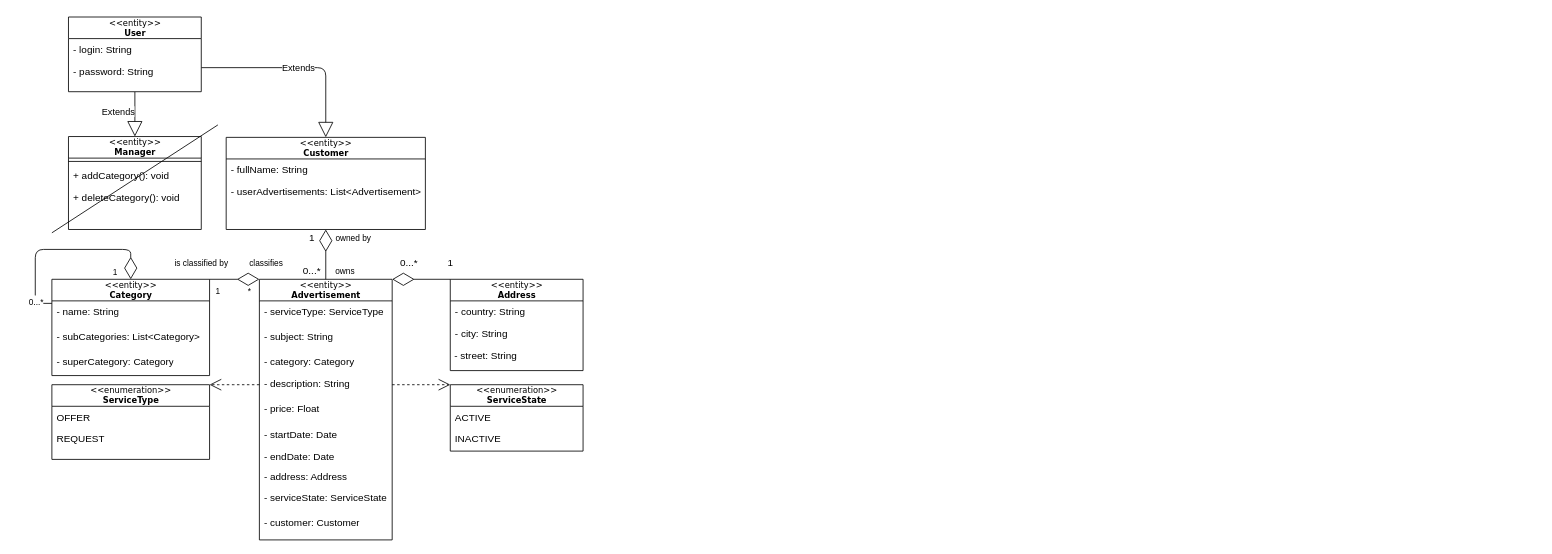
Above: page "UML" (1 of 4) of HelppyDiagrams.drawio in StanislavRa/group_A_Helppy (draw.io), before the change. Source tidied: cells renumbered, new cells numbered last; positions are measured from the earlier drawing's top-left corner, leaving out a move shared by most shapes. Both pictures are drawn from the tidied source at 83%, with x=0, y=0 at pixel (35, 17).
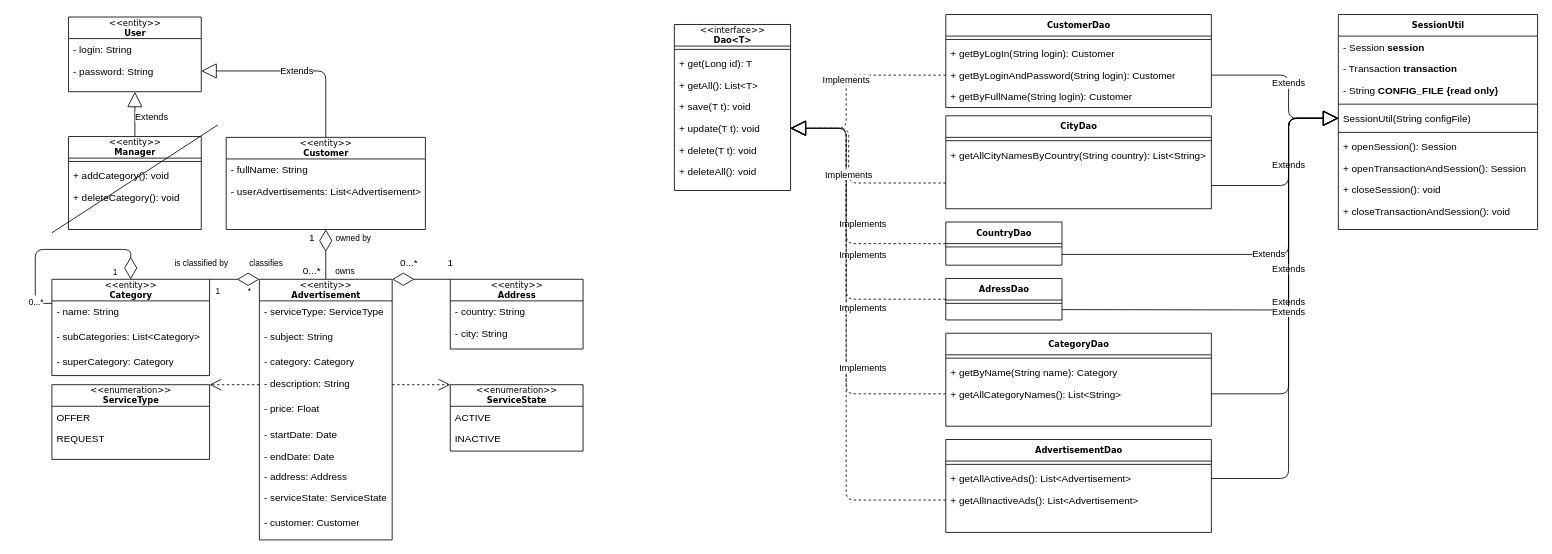
Above is the later version.

The change refers to these unchanged cells:
```xml
<mxCell id="38" value="&amp;lt;&amp;lt;entity&amp;gt;&amp;gt;&lt;br&gt;&lt;b&gt;Customer&lt;/b&gt;" style="swimlane;html=1;fontStyle=0;horizontal=1;startSize=26;fillColor=none;swimlaneFillColor=#ffffff;rounded=0;shadow=0;comic=0;labelBackgroundColor=none;strokeWidth=1;fontFamily=Verdana;fontSize=10;align=center;" parent="1" vertex="1">
  <mxGeometry x="230" y="145" width="240" height="111" as="geometry" />
</mxCell>
<mxCell id="42" value="&amp;lt;&amp;lt;entity&amp;gt;&amp;gt;&lt;br&gt;&lt;b&gt;Manager&lt;/b&gt;" style="swimlane;html=1;fontStyle=0;horizontal=1;startSize=26;fillColor=none;swimlaneFillColor=#ffffff;rounded=0;shadow=0;comic=0;labelBackgroundColor=none;strokeWidth=1;fontFamily=Verdana;fontSize=10;align=center;" parent="1" vertex="1">
  <mxGeometry x="40" y="144" width="160" height="112" as="geometry" />
</mxCell>
<mxCell id="55" value="&amp;lt;&amp;lt;entity&amp;gt;&amp;gt;&lt;b&gt;&lt;br&gt;User&lt;/b&gt;" style="swimlane;html=1;fontStyle=0;horizontal=1;startSize=26;fillColor=none;swimlaneFillColor=#ffffff;rounded=0;shadow=0;comic=0;labelBackgroundColor=none;strokeWidth=1;fontFamily=Verdana;fontSize=10;align=center;" parent="1" vertex="1">
  <mxGeometry x="40" width="160" height="90" as="geometry" />
</mxCell>
<mxCell id="57" value="- password: String" style="text;html=1;strokeColor=none;fillColor=none;align=left;verticalAlign=top;spacingLeft=4;spacingRight=4;whiteSpace=wrap;overflow=hidden;points=[[0,0.5],[1,0.5]];portConstraint=eastwest;" parent="55" vertex="1">
  <mxGeometry y="52" width="160" height="26" as="geometry" />
</mxCell>
```

Change to the diagram source:
```diff
@@
     <mxCell id="17" value="&amp;lt;&amp;lt;entity&amp;gt;&amp;gt;&lt;br&gt;&lt;b&gt;Address&lt;/b&gt;" style="swimlane;html=1;fontStyle=0;horizontal=1;startSize=26;fillColor=none;swimlaneFillColor=#ffffff;rounded=0;shadow=0;comic=0;labelBackgroundColor=none;strokeWidth=1;fontFamily=Verdana;fontSize=10;align=center;" parent="1" vertex="1">
-      <mxGeometry x="500" y="316" width="160" height="110" as="geometry" />
+      <mxGeometry x="500" y="316" width="160" height="84" as="geometry" />
     </mxCell>
@@
-    <mxCell id="20" value="&amp;nbsp;- street: String" style="text;html=1;" parent="17" vertex="1">
-      <mxGeometry y="78" width="160" height="30" as="geometry" />
-    </mxCell>
@@
-    <mxCell id="41" value="Extends" style="endArrow=block;endSize=16;endFill=0;html=1;entryX=0.5;entryY=0;entryDx=0;entryDy=0;" parent="38" edge="1" target="38">
-      <mxGeometry relative="1" as="geometry">
-        <mxPoint x="-30" y="-84" as="sourcePoint" />
-        <Array as="points">
-          <mxPoint x="120" y="-84" />
-        </Array>
-      </mxGeometry>
-    </mxCell>
@@
-    <mxCell id="47" value="Extends" style="endArrow=block;endSize=16;endFill=0;html=1;exitX=0.5;exitY=1;exitDx=0;exitDy=0;entryX=0.5;entryY=0;entryDx=0;entryDy=0;" parent="1" edge="1" source="55" target="42">
-      <mxGeometry x="-0.12" y="-20" relative="1" as="geometry" />
+    <mxCell id="47" value="Extends" style="endArrow=block;endSize=16;endFill=0;html=1;exitX=0.5;exitY=0;exitDx=0;exitDy=0;" parent="1" edge="1" source="42">
+      <mxGeometry x="-0.12" y="-20" relative="1" as="geometry">
+        <mxPoint x="120" y="90" as="targetPoint" />
+      </mxGeometry>
     </mxCell>
@@
+    <mxCell id="41" value="Extends" style="endArrow=block;endSize=16;endFill=0;html=1;entryX=1;entryY=0.5;entryDx=0;entryDy=0;exitX=0.5;exitY=0;exitDx=0;exitDy=0;" parent="1" edge="1" source="38" target="57">
+      <mxGeometry relative="1" as="geometry">
+        <Array as="points">
+          <mxPoint x="350" y="65" />
+        </Array>
+      </mxGeometry>
+    </mxCell>
+    <mxCell id="58" value="&lt;b&gt;CustomerDao&lt;/b&gt;" style="swimlane;html=1;fontStyle=0;horizontal=1;startSize=26;fillColor=none;swimlaneFillColor=#ffffff;rounded=0;shadow=0;comic=0;labelBackgroundColor=none;strokeWidth=1;fontFamily=Verdana;fontSize=10;align=center;" parent="1" vertex="1">
+      <mxGeometry x="1097" y="-3" width="320" height="112" as="geometry" />
+    </mxCell>
+    <mxCell id="59" style="line;strokeWidth=1;fillColor=none;align=left;verticalAlign=middle;spacingTop=-1;spacingLeft=3;spacingRight=3;labelPosition=right;" parent="58" vertex="1">
+      <mxGeometry y="26" width="320" height="8" as="geometry" />
+    </mxCell>
+    <mxCell id="60" value="+ getByLogIn(String login): Customer" style="text;html=1;strokeColor=none;fillColor=none;align=left;verticalAlign=top;spacingLeft=4;spacingRight=4;whiteSpace=wrap;overflow=hidden;" parent="58" vertex="1">
+      <mxGeometry y="34" width="320" height="26" as="geometry" />
+    </mxCell>
+    <mxCell id="61" value="+&amp;nbsp;getByLoginAndPassword&lt;span&gt;(String login): Customer&lt;/span&gt;" style="text;html=1;strokeColor=none;fillColor=none;align=left;verticalAlign=top;spacingLeft=4;spacingRight=4;whiteSpace=wrap;overflow=hidden;points=[[0,0.5],[1,0.5]];portConstraint=eastwest;" parent="58" vertex="1">
+      <mxGeometry y="60" width="320" height="26" as="geometry" />
+    </mxCell>
+    <mxCell id="62" value="+&amp;nbsp;&lt;span style=&quot;&quot;&gt;getByFullName&lt;/span&gt;&lt;span&gt;(String login): Customer&lt;/span&gt;" style="text;html=1;strokeColor=none;fillColor=none;align=left;verticalAlign=top;spacingLeft=4;spacingRight=4;whiteSpace=wrap;overflow=hidden;fontFamily=Helvetica;" parent="58" vertex="1">
+      <mxGeometry y="86" width="320" height="26" as="geometry" />
+    </mxCell>
+    <mxCell id="63" value="Implements" style="endArrow=block;endSize=16;endFill=0;html=1;dashed=1;exitX=0;exitY=0.5;exitDx=0;exitDy=0;entryX=1;entryY=0.5;entryDx=0;entryDy=0;" parent="1" edge="1" source="73" target="69">
+      <mxGeometry x="-0.12" y="-20" relative="1" as="geometry">
+        <Array as="points">
+          <mxPoint x="977" y="273" />
+          <mxPoint x="977" y="134" />
+        </Array>
+      </mxGeometry>
+    </mxCell>
+    <mxCell id="64" value="&amp;lt;&amp;lt;interface&amp;gt;&amp;gt;&lt;b&gt;&lt;br&gt;Dao&amp;lt;T&amp;gt;&lt;br&gt;&lt;/b&gt;" style="swimlane;html=1;fontStyle=0;horizontal=1;startSize=26;fillColor=none;swimlaneFillColor=#ffffff;rounded=0;shadow=0;comic=0;labelBackgroundColor=none;strokeWidth=1;fontFamily=Verdana;fontSize=10;align=center;" parent="1" vertex="1">
+      <mxGeometry x="770" y="9" width="140" height="200" as="geometry" />
+    </mxCell>
+    <mxCell id="65" style="line;strokeWidth=1;fillColor=none;align=left;verticalAlign=middle;spacingTop=-1;spacingLeft=3;spacingRight=3;labelPosition=right;" parent="64" vertex="1">
+      <mxGeometry y="26" width="140" height="8" as="geometry" />
+    </mxCell>
+    <mxCell id="66" value="+ get(Long id): T" style="text;html=1;strokeColor=none;fillColor=none;align=left;verticalAlign=top;spacingLeft=4;spacingRight=4;whiteSpace=wrap;overflow=hidden;" parent="64" vertex="1">
+      <mxGeometry y="34" width="140" height="26" as="geometry" />
+    </mxCell>
+    <mxCell id="67" value="+ getAll(): List&amp;lt;T&amp;gt;" style="text;html=1;strokeColor=none;fillColor=none;align=left;verticalAlign=top;spacingLeft=4;spacingRight=4;whiteSpace=wrap;overflow=hidden;" parent="64" vertex="1">
+      <mxGeometry y="60" width="140" height="26" as="geometry" />
+    </mxCell>
+    <mxCell id="68" value="+ save(T t): void" style="text;html=1;strokeColor=none;fillColor=none;align=left;verticalAlign=top;spacingLeft=4;spacingRight=4;whiteSpace=wrap;overflow=hidden;" parent="64" vertex="1">
+      <mxGeometry y="86" width="140" height="26" as="geometry" />
+    </mxCell>
+    <mxCell id="69" value="+ update(T t): void" style="text;html=1;strokeColor=none;fillColor=none;align=left;verticalAlign=top;spacingLeft=4;spacingRight=4;whiteSpace=wrap;overflow=hidden;points=[[0,0.5],[1,0.5]];portConstraint=eastwest;" parent="64" vertex="1">
+      <mxGeometry y="112" width="140" height="26" as="geometry" />
+    </mxCell>
+    <mxCell id="70" value="+ delete(T t): void" style="text;html=1;strokeColor=none;fillColor=none;align=left;verticalAlign=top;spacingLeft=4;spacingRight=4;whiteSpace=wrap;overflow=hidden;" parent="64" vertex="1">
+      <mxGeometry y="138" width="140" height="26" as="geometry" />
+    </mxCell>
+    <mxCell id="71" value="+ deleteAll(): void" style="text;html=1;strokeColor=none;fillColor=none;align=left;verticalAlign=top;spacingLeft=4;spacingRight=4;whiteSpace=wrap;overflow=hidden;" parent="64" vertex="1">
+      <mxGeometry y="164" width="140" height="26" as="geometry" />
+    </mxCell>
+    <mxCell id="72" value="Implements" style="endArrow=block;endSize=16;endFill=0;html=1;exitX=0;exitY=0.5;exitDx=0;exitDy=0;dashed=1;entryX=1;entryY=0.5;entryDx=0;entryDy=0;" parent="1" edge="1" source="61" target="69">
+      <mxGeometry relative="1" as="geometry">
+        <Array as="points">
+          <mxPoint x="977" y="70" />
+          <mxPoint x="977" y="134" />
+        </Array>
+      </mxGeometry>
+    </mxCell>
+    <mxCell id="73" value="&lt;b&gt;CountryDao&lt;/b&gt;" style="swimlane;html=1;fontStyle=0;horizontal=1;startSize=26;fillColor=none;swimlaneFillColor=#ffffff;rounded=0;shadow=0;comic=0;labelBackgroundColor=none;strokeWidth=1;fontFamily=Verdana;fontSize=10;align=center;" parent="1" vertex="1">
+      <mxGeometry x="1097" y="247" width="140" height="52" as="geometry" />
+    </mxCell>
+    <mxCell id="74" style="line;strokeWidth=1;fillColor=none;align=left;verticalAlign=middle;spacingTop=-1;spacingLeft=3;spacingRight=3;labelPosition=right;" parent="73" vertex="1">
+      <mxGeometry y="26" width="140" height="8" as="geometry" />
+    </mxCell>
+    <mxCell id="75" value="&lt;b&gt;CityDao&lt;/b&gt;" style="swimlane;html=1;fontStyle=0;horizontal=1;startSize=26;fillColor=none;swimlaneFillColor=#ffffff;rounded=0;shadow=0;comic=0;labelBackgroundColor=none;strokeWidth=1;fontFamily=Verdana;fontSize=10;align=center;" parent="1" vertex="1">
+      <mxGeometry x="1097" y="119" width="320" height="112" as="geometry" />
+    </mxCell>
+    <mxCell id="76" style="line;strokeWidth=1;fillColor=none;align=left;verticalAlign=middle;spacingTop=-1;spacingLeft=3;spacingRight=3;labelPosition=right;" parent="75" vertex="1">
+      <mxGeometry y="26" width="320" height="8" as="geometry" />
+    </mxCell>
+    <mxCell id="77" value="+&amp;nbsp;&lt;span&gt;getAllCityNamesByCountry&lt;/span&gt;&lt;span&gt;(String country): List&amp;lt;String&amp;gt;&lt;/span&gt;" style="text;html=1;strokeColor=none;fillColor=none;align=left;verticalAlign=top;spacingLeft=4;spacingRight=4;whiteSpace=wrap;overflow=hidden;fontFamily=Helvetica;" parent="75" vertex="1">
+      <mxGeometry y="34" width="320" height="26" as="geometry" />
+    </mxCell>
+    <mxCell id="78" value="&lt;b&gt;AdressDao&lt;/b&gt;" style="swimlane;html=1;fontStyle=0;horizontal=1;startSize=26;fillColor=none;swimlaneFillColor=#ffffff;rounded=0;shadow=0;comic=0;labelBackgroundColor=none;strokeWidth=1;fontFamily=Verdana;fontSize=10;align=center;" parent="1" vertex="1">
+      <mxGeometry x="1097" y="315" width="140" height="50" as="geometry" />
+    </mxCell>
+    <mxCell id="79" style="line;strokeWidth=1;fillColor=none;align=left;verticalAlign=middle;spacingTop=-1;spacingLeft=3;spacingRight=3;labelPosition=right;" parent="78" vertex="1">
+      <mxGeometry y="26" width="140" height="8" as="geometry" />
+    </mxCell>
+    <mxCell id="80" value="&lt;b&gt;CategoryDao&lt;/b&gt;" style="swimlane;html=1;fontStyle=0;horizontal=1;startSize=26;fillColor=none;swimlaneFillColor=#ffffff;rounded=0;shadow=0;comic=0;labelBackgroundColor=none;strokeWidth=1;fontFamily=Verdana;fontSize=10;align=center;" parent="1" vertex="1">
+      <mxGeometry x="1097" y="381" width="320" height="112" as="geometry" />
+    </mxCell>
+    <mxCell id="81" style="line;strokeWidth=1;fillColor=none;align=left;verticalAlign=middle;spacingTop=-1;spacingLeft=3;spacingRight=3;labelPosition=right;" parent="80" vertex="1">
+      <mxGeometry y="26" width="320" height="8" as="geometry" />
+    </mxCell>
+    <mxCell id="82" value="+&amp;nbsp;&lt;span style=&quot;&quot;&gt;getByName&lt;/span&gt;&lt;span&gt;(String name): Category&lt;/span&gt;" style="text;html=1;strokeColor=none;fillColor=none;align=left;verticalAlign=top;spacingLeft=4;spacingRight=4;whiteSpace=wrap;overflow=hidden;fontFamily=Helvetica;" parent="80" vertex="1">
+      <mxGeometry y="34" width="320" height="26" as="geometry" />
+    </mxCell>
+    <mxCell id="83" value="+&amp;nbsp;&lt;span style=&quot;&quot;&gt;getAllCategoryNames&lt;/span&gt;&lt;span&gt;():&amp;nbsp;&lt;/span&gt;List&amp;lt;String&amp;gt;" style="text;html=1;strokeColor=none;fillColor=none;align=left;verticalAlign=top;spacingLeft=4;spacingRight=4;whiteSpace=wrap;overflow=hidden;points=[[0,0.5],[1,0.5]];portConstraint=eastwest;fontFamily=Helvetica;" parent="80" vertex="1">
+      <mxGeometry y="60" width="320" height="26" as="geometry" />
+    </mxCell>
+    <mxCell id="84" value="&lt;b&gt;AdvertisementDao&lt;/b&gt;" style="swimlane;html=1;fontStyle=0;horizontal=1;startSize=26;fillColor=none;swimlaneFillColor=#ffffff;rounded=0;shadow=0;comic=0;labelBackgroundColor=none;strokeWidth=1;fontFamily=Verdana;fontSize=10;align=center;" parent="1" vertex="1">
+      <mxGeometry x="1097" y="509" width="320" height="112" as="geometry" />
+    </mxCell>
+    <mxCell id="85" style="line;strokeWidth=1;fillColor=none;align=left;verticalAlign=middle;spacingTop=-1;spacingLeft=3;spacingRight=3;labelPosition=right;" parent="84" vertex="1">
+      <mxGeometry y="26" width="320" height="8" as="geometry" />
+    </mxCell>
+    <mxCell id="86" value="+&amp;nbsp;getAllActiveAds(): List&amp;lt;Advertisement&amp;gt;" style="text;html=1;strokeColor=none;fillColor=none;align=left;verticalAlign=top;spacingLeft=4;spacingRight=4;whiteSpace=wrap;overflow=hidden;points=[[0,0.5],[1,0.5]];portConstraint=eastwest;fontFamily=Helvetica;fontStyle=0;" parent="84" vertex="1">
+      <mxGeometry y="34" width="320" height="26" as="geometry" />
+    </mxCell>
+    <mxCell id="87" value="+&amp;nbsp;getAllInactiveAds(): List&amp;lt;Advertisement&amp;gt;" style="text;html=1;strokeColor=none;fillColor=none;align=left;verticalAlign=top;spacingLeft=4;spacingRight=4;whiteSpace=wrap;overflow=hidden;points=[[0,0.5],[1,0.5]];portConstraint=eastwest;fontFamily=Helvetica;fontStyle=0;" parent="84" vertex="1">
+      <mxGeometry y="60" width="320" height="26" as="geometry" />
+    </mxCell>
+    <mxCell id="88" value="Implements" style="endArrow=block;endSize=16;endFill=0;html=1;dashed=1;exitX=0;exitY=0.5;exitDx=0;exitDy=0;entryX=1;entryY=0.5;entryDx=0;entryDy=0;" parent="1" edge="1" source="78" target="69">
+      <mxGeometry x="-0.12" y="-20" relative="1" as="geometry">
+        <Array as="points">
+          <mxPoint x="977" y="340" />
+          <mxPoint x="977" y="134" />
+        </Array>
+      </mxGeometry>
+    </mxCell>
+    <mxCell id="89" value="Implements" style="endArrow=block;endSize=16;endFill=0;html=1;dashed=1;exitX=0;exitY=0.5;exitDx=0;exitDy=0;entryX=1;entryY=0.5;entryDx=0;entryDy=0;" parent="1" edge="1" source="83" target="69">
+      <mxGeometry x="-0.12" y="-20" relative="1" as="geometry">
+        <Array as="points">
+          <mxPoint x="977" y="454" />
+          <mxPoint x="977" y="134" />
+        </Array>
+      </mxGeometry>
+    </mxCell>
+    <mxCell id="90" value="Implements" style="endArrow=block;endSize=16;endFill=0;html=1;dashed=1;exitX=0;exitY=0.5;exitDx=0;exitDy=0;entryX=1;entryY=0.5;entryDx=0;entryDy=0;" parent="1" edge="1" source="87" target="69">
+      <mxGeometry x="-0.12" y="-20" relative="1" as="geometry">
+        <Array as="points">
+          <mxPoint x="977" y="582" />
+          <mxPoint x="977" y="134" />
+        </Array>
+      </mxGeometry>
+    </mxCell>
+    <mxCell id="91" value="&lt;b&gt;SessionUtil&lt;br&gt;&lt;/b&gt;" style="swimlane;html=1;fontStyle=0;horizontal=1;startSize=26;fillColor=none;swimlaneFillColor=#ffffff;rounded=0;shadow=0;comic=0;labelBackgroundColor=none;strokeWidth=1;fontFamily=Verdana;fontSize=10;align=center;" parent="1" vertex="1">
+      <mxGeometry x="1570" y="-3" width="240" height="259" as="geometry" />
+    </mxCell>
+    <mxCell id="92" value="&lt;div&gt;- Session &lt;span style=&quot;font-weight: bold&quot;&gt;session&lt;/span&gt;&lt;/div&gt;" style="text;html=1;strokeColor=none;fillColor=none;align=left;verticalAlign=top;spacingLeft=4;spacingRight=4;whiteSpace=wrap;overflow=hidden;fontFamily=Helvetica;" parent="91" vertex="1">
+      <mxGeometry y="26" width="240" height="26" as="geometry" />
+    </mxCell>
+    <mxCell id="93" value="&lt;div&gt;- Transaction &lt;span style=&quot;font-weight: bold&quot;&gt;transaction&lt;/span&gt;&lt;/div&gt;" style="text;html=1;strokeColor=none;fillColor=none;align=left;verticalAlign=top;spacingLeft=4;spacingRight=4;whiteSpace=wrap;overflow=hidden;fontFamily=Helvetica;" parent="91" vertex="1">
+      <mxGeometry y="52" width="240" height="26" as="geometry" />
+    </mxCell>
+    <mxCell id="94" value="&lt;div&gt;- String &lt;span style=&quot;font-weight: bold&quot;&gt;CONFIG_FILE {read only}&lt;/span&gt;&lt;/div&gt;" style="text;html=1;strokeColor=none;fillColor=none;align=left;verticalAlign=top;spacingLeft=4;spacingRight=4;whiteSpace=wrap;overflow=hidden;fontFamily=Helvetica;" parent="91" vertex="1">
+      <mxGeometry y="78" width="240" height="26" as="geometry" />
+    </mxCell>
+    <mxCell id="95" style="line;strokeWidth=1;fillColor=none;align=left;verticalAlign=middle;spacingTop=-1;spacingLeft=3;spacingRight=3;labelPosition=right;fontFamily=Helvetica;" parent="91" vertex="1">
+      <mxGeometry y="104" width="240" height="8" as="geometry" />
+    </mxCell>
+    <mxCell id="96" value="SessionUtil(String configFile)" style="text;html=1;strokeColor=none;fillColor=none;align=left;verticalAlign=top;spacingLeft=4;spacingRight=4;whiteSpace=wrap;overflow=hidden;points=[[0,0.5],[1,0.5]];portConstraint=eastwest;" parent="91" vertex="1">
+      <mxGeometry y="112" width="240" height="26" as="geometry" />
+    </mxCell>
+    <mxCell id="97" style="line;strokeWidth=1;fillColor=none;align=left;verticalAlign=middle;spacingTop=-1;spacingLeft=3;spacingRight=3;labelPosition=right;fontFamily=Helvetica;" parent="91" vertex="1">
+      <mxGeometry y="138" width="240" height="8" as="geometry" />
+    </mxCell>
+    <mxCell id="98" value="&lt;div&gt;+ openSession(): Session&lt;/div&gt;" style="text;html=1;strokeColor=none;fillColor=none;align=left;verticalAlign=top;spacingLeft=4;spacingRight=4;whiteSpace=wrap;overflow=hidden;fontFamily=Helvetica;" parent="91" vertex="1">
+      <mxGeometry y="146" width="240" height="26" as="geometry" />
+    </mxCell>
+    <mxCell id="99" value="&lt;div&gt;+ openTransactionAndSession(): Session&lt;/div&gt;" style="text;html=1;strokeColor=none;fillColor=none;align=left;verticalAlign=top;spacingLeft=4;spacingRight=4;whiteSpace=wrap;overflow=hidden;fontFamily=Helvetica;" parent="91" vertex="1">
+      <mxGeometry y="172" width="240" height="26" as="geometry" />
+    </mxCell>
+    <mxCell id="100" value="&lt;div&gt;+ closeSession(): void&lt;/div&gt;" style="text;html=1;strokeColor=none;fillColor=none;align=left;verticalAlign=top;spacingLeft=4;spacingRight=4;whiteSpace=wrap;overflow=hidden;fontFamily=Helvetica;" parent="91" vertex="1">
+      <mxGeometry y="198" width="240" height="26" as="geometry" />
+    </mxCell>
+    <mxCell id="101" value="&lt;div&gt;+ closeTransactionAndSession(): void&lt;/div&gt;" style="text;html=1;strokeColor=none;fillColor=none;align=left;verticalAlign=top;spacingLeft=4;spacingRight=4;whiteSpace=wrap;overflow=hidden;fontFamily=Helvetica;" parent="91" vertex="1">
+      <mxGeometry y="224" width="240" height="26" as="geometry" />
+    </mxCell>
+    <mxCell id="102" value="Extends" style="endArrow=block;endSize=16;endFill=0;html=1;exitX=1;exitY=0.5;exitDx=0;exitDy=0;entryX=0;entryY=0.5;entryDx=0;entryDy=0;" parent="1" edge="1" source="61" target="96">
+      <mxGeometry relative="1" as="geometry">
+        <Array as="points">
+          <mxPoint x="1510" y="70" />
+          <mxPoint x="1510" y="122" />
+        </Array>
+      </mxGeometry>
+    </mxCell>
+    <mxCell id="103" value="Extends" style="endArrow=block;endSize=16;endFill=0;html=1;exitX=1;exitY=0.75;exitDx=0;exitDy=0;entryX=0;entryY=0.5;entryDx=0;entryDy=0;" parent="1" edge="1" source="75" target="96">
+      <mxGeometry relative="1" as="geometry">
+        <Array as="points">
+          <mxPoint x="1510" y="203" />
+          <mxPoint x="1510" y="122" />
+        </Array>
+      </mxGeometry>
+    </mxCell>
+    <mxCell id="104" value="Implements" style="endArrow=block;endSize=16;endFill=0;html=1;dashed=1;entryX=1;entryY=0.5;entryDx=0;entryDy=0;" parent="1" edge="1" target="69">
+      <mxGeometry relative="1" as="geometry">
+        <mxPoint x="1097" y="200" as="sourcePoint" />
+        <Array as="points">
+          <mxPoint x="980" y="200" />
+          <mxPoint x="980" y="134" />
+        </Array>
+      </mxGeometry>
+    </mxCell>
+    <mxCell id="105" value="Extends" style="endArrow=block;endSize=16;endFill=0;html=1;exitX=1;exitY=0.75;exitDx=0;exitDy=0;entryX=0;entryY=0.5;entryDx=0;entryDy=0;" parent="1" edge="1" source="73" target="96">
+      <mxGeometry relative="1" as="geometry">
+        <Array as="points">
+          <mxPoint x="1510" y="286" />
+          <mxPoint x="1510" y="122" />
+        </Array>
+      </mxGeometry>
+    </mxCell>
+    <mxCell id="106" value="Extends" style="endArrow=block;endSize=16;endFill=0;html=1;exitX=1;exitY=0.75;exitDx=0;exitDy=0;entryX=0;entryY=0.5;entryDx=0;entryDy=0;" parent="1" edge="1" source="78" target="96">
+      <mxGeometry relative="1" as="geometry">
+        <Array as="points">
+          <mxPoint x="1510" y="353" />
+          <mxPoint x="1510" y="122" />
+        </Array>
+      </mxGeometry>
+    </mxCell>
+    <mxCell id="107" value="Extends" style="endArrow=block;endSize=16;endFill=0;html=1;exitX=1;exitY=0.5;exitDx=0;exitDy=0;entryX=0;entryY=0.5;entryDx=0;entryDy=0;" parent="1" edge="1" source="83" target="96">
+      <mxGeometry relative="1" as="geometry">
+        <Array as="points">
+          <mxPoint x="1510" y="454" />
+          <mxPoint x="1510" y="122" />
+        </Array>
+      </mxGeometry>
+    </mxCell>
+    <mxCell id="108" value="Extends" style="endArrow=block;endSize=16;endFill=0;html=1;exitX=1;exitY=0.5;exitDx=0;exitDy=0;entryX=0;entryY=0.5;entryDx=0;entryDy=0;" parent="1" edge="1" source="86" target="96">
+      <mxGeometry relative="1" as="geometry">
+        <Array as="points">
+          <mxPoint x="1510" y="556" />
+          <mxPoint x="1510" y="122" />
+        </Array>
+      </mxGeometry>
+    </mxCell>
```
